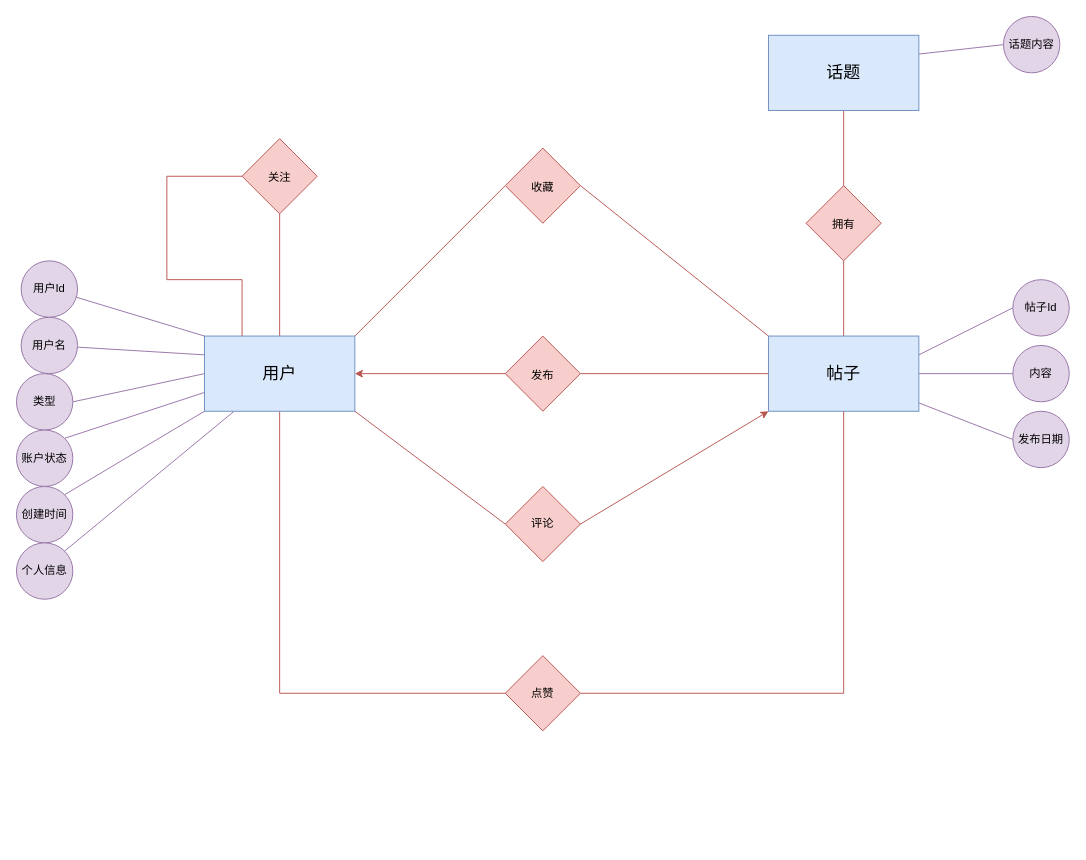
Before: map/minihubER.drawio in msqtt/Sources, a draw.io diagram. Source tidied: cells renumbered, new cells numbered last; positions are measured from the earlier drawing's top-left corner, leaving out a move shared by most shapes. Both pictures are drawn from the tidied source at 94%, with x=0, y=0 at pixel (16, 16).
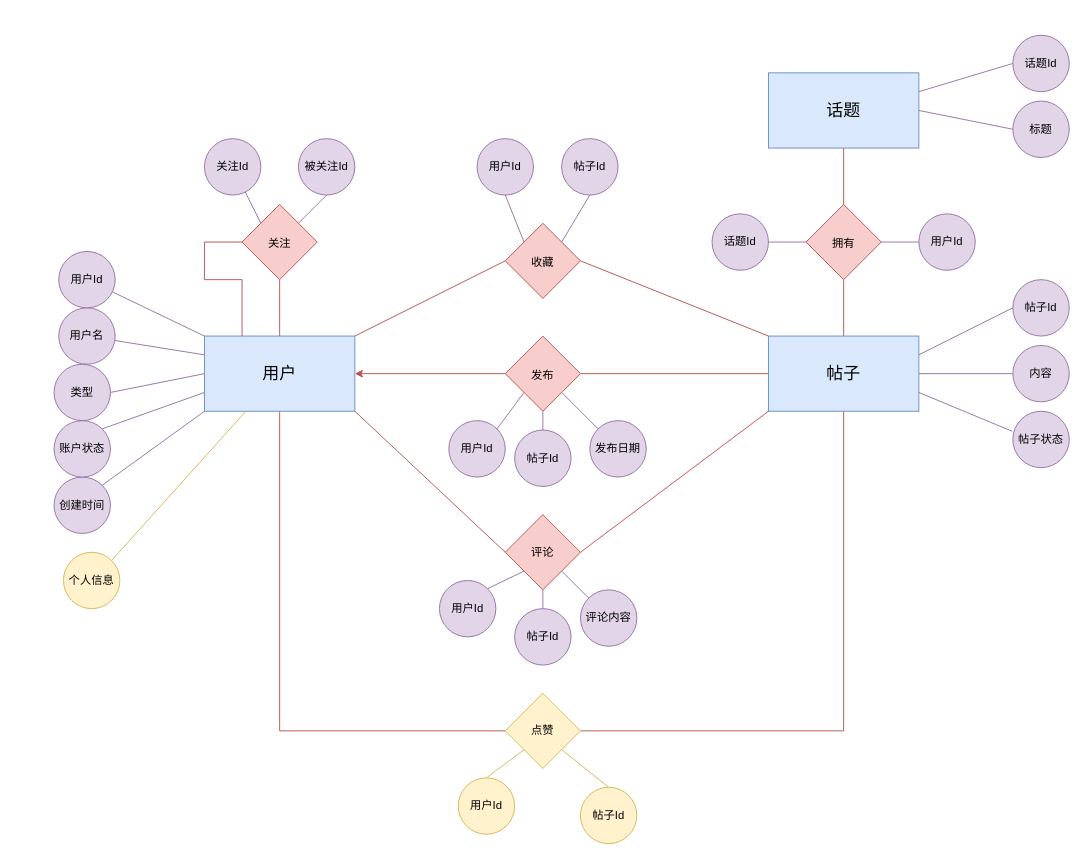
After the change.

Unchanged cells that the change refers to:
```xml
<mxCell id="16" value="&lt;font style=&quot;font-size: 18px;&quot;&gt;用户&lt;/font&gt;" style="rounded=0;whiteSpace=wrap;html=1;strokeColor=#6c8ebf;fillColor=#dae8fc;" parent="1" vertex="1">
  <mxGeometry x="200" y="340" width="160" height="80" as="geometry" />
</mxCell>
<mxCell id="22" value="帖子" style="rounded=0;whiteSpace=wrap;html=1;strokeColor=#6c8ebf;fillColor=#dae8fc;fontSize=18;" parent="1" vertex="1">
  <mxGeometry x="800" y="340" width="160" height="80" as="geometry" />
</mxCell>
<mxCell id="29" value="&lt;font style=&quot;font-size: 12px;&quot;&gt;发布&lt;/font&gt;" style="rhombus;whiteSpace=wrap;html=1;fontSize=18;fillColor=#f8cecc;strokeColor=#b85450;labelBackgroundColor=none;" parent="1" vertex="1">
  <mxGeometry x="520" y="340" width="80" height="80" as="geometry" />
</mxCell>
```

The edit, as a diff of the source:
```diff
@@
-    <mxCell id="15" style="edgeStyle=none;shape=connector;rounded=0;jettySize=auto;html=1;labelBackgroundColor=default;strokeColor=#9673a6;fontFamily=Helvetica;fontSize=11;fontColor=#143642;endArrow=none;endFill=0;fillColor=#e1d5e7;entryX=1;entryY=0;entryDx=0;entryDy=0;" parent="1" edge="1" source="16" target="39">
+    <mxCell id="15" style="edgeStyle=none;shape=connector;rounded=0;jettySize=auto;html=1;labelBackgroundColor=default;strokeColor=#d6b656;fontFamily=Helvetica;fontSize=11;fontColor=#143642;endArrow=none;endFill=0;fillColor=#fff2cc;entryX=1;entryY=0;entryDx=0;entryDy=0;" parent="1" edge="1" source="16" target="39">
       <mxGeometry relative="1" as="geometry" />
     </mxCell>
@@
-    <mxCell id="17" style="edgeStyle=none;shape=connector;rounded=0;jettySize=auto;html=1;exitX=1;exitY=0.25;exitDx=0;exitDy=0;entryX=0;entryY=0.5;entryDx=0;entryDy=0;labelBackgroundColor=default;strokeColor=#9673a6;fontFamily=Helvetica;fontSize=11;fontColor=#143642;endArrow=none;endFill=0;fillColor=#e1d5e7;" parent="1" edge="1" source="18" target="42">
+    <mxCell id="17" style="edgeStyle=none;shape=connector;rounded=0;jettySize=auto;html=1;exitX=1;exitY=0.5;exitDx=0;exitDy=0;entryX=0;entryY=0.5;entryDx=0;entryDy=0;labelBackgroundColor=default;strokeColor=#9673a6;fontFamily=Helvetica;fontSize=11;fontColor=#143642;endArrow=none;endFill=0;fillColor=#e1d5e7;" parent="1" edge="1" source="18" target="42">
       <mxGeometry relative="1" as="geometry" />
     </mxCell>
+    <mxCell id="43" style="edgeStyle=none;shape=connector;rounded=0;jettySize=auto;html=1;exitX=1;exitY=0.25;exitDx=0;exitDy=0;entryX=0;entryY=0.5;entryDx=0;entryDy=0;labelBackgroundColor=default;strokeColor=#9673a6;fontFamily=Helvetica;fontSize=11;fontColor=#143642;endArrow=none;endFill=0;fillColor=#e1d5e7;" parent="1" edge="1" source="18" target="49">
+      <mxGeometry relative="1" as="geometry" />
+    </mxCell>
     <mxCell id="18" value="话题" style="rounded=0;whiteSpace=wrap;html=1;strokeColor=#6c8ebf;fillColor=#dae8fc;fontSize=18;" parent="1" vertex="1">
-      <mxGeometry x="800" y="20" width="160" height="80" as="geometry" />
+      <mxGeometry x="800" y="60" width="160" height="80" as="geometry" />
     </mxCell>
-    <mxCell id="19" style="edgeStyle=none;shape=connector;rounded=0;jettySize=auto;html=1;entryX=0;entryY=0.5;entryDx=0;entryDy=0;labelBackgroundColor=default;strokeColor=#9673a6;fontFamily=Helvetica;fontSize=11;fontColor=#143642;endArrow=none;endFill=0;fillColor=#e1d5e7;" parent="1" edge="1" source="22" target="38">
+    <mxCell id="19" style="edgeStyle=none;shape=connector;rounded=0;jettySize=auto;html=1;entryX=1;entryY=0;entryDx=0;entryDy=0;labelBackgroundColor=default;strokeColor=#9673a6;fontFamily=Helvetica;fontSize=11;fontColor=#143642;endArrow=none;endFill=0;fillColor=#e1d5e7;exitX=0;exitY=1;exitDx=0;exitDy=0;" parent="1" edge="1" source="29" target="38">
       <mxGeometry relative="1" as="geometry" />
     </mxCell>
@@
+    <mxCell id="44" style="edgeStyle=none;shape=connector;rounded=0;jettySize=auto;html=1;exitX=1;exitY=0.75;exitDx=0;exitDy=0;entryX=-0.009;entryY=0.356;entryDx=0;entryDy=0;entryPerimeter=0;labelBackgroundColor=default;strokeColor=#9673a6;fontFamily=Helvetica;fontSize=11;fontColor=#143642;endArrow=none;endFill=0;fillColor=#e1d5e7;" parent="1" edge="1" source="22" target="60">
+      <mxGeometry relative="1" as="geometry" />
+    </mxCell>
@@
-    <mxCell id="23" style="rounded=0;jettySize=auto;html=1;entryX=0;entryY=1;entryDx=0;entryDy=0;strokeColor=#b85450;fontColor=#143642;fillColor=#f8cecc;exitX=1;exitY=0.5;exitDx=0;exitDy=0;strokeWidth=1;" parent="1" edge="1" source="31" target="22">
+    <mxCell id="23" style="rounded=0;jettySize=auto;html=1;entryX=0;entryY=1;entryDx=0;entryDy=0;strokeColor=#b85450;fontColor=#143642;fillColor=#f8cecc;exitX=1;exitY=0.5;exitDx=0;exitDy=0;strokeWidth=1;endArrow=none;endFill=0;" parent="1" edge="1" source="31" target="22">
       <mxGeometry relative="1" as="geometry" />
     </mxCell>
@@
     <mxCell id="26" style="edgeStyle=orthogonalEdgeStyle;rounded=0;jettySize=auto;html=1;entryX=0.25;entryY=0;entryDx=0;entryDy=0;strokeColor=#b85450;fontColor=#143642;fillColor=#f8cecc;exitX=0;exitY=0.5;exitDx=0;exitDy=0;endArrow=none;endFill=0;strokeWidth=1;" parent="1" edge="1" source="34" target="16">
       <mxGeometry relative="1" as="geometry">
         <Array as="points">
-          <mxPoint x="160" y="170" />
-          <mxPoint x="160" y="280" />
+          <mxPoint x="200" y="240" />
+          <mxPoint x="200" y="280" />
           <mxPoint x="240" y="280" />
         </Array>
       </mxGeometry>
     </mxCell>
     <mxCell id="27" value="用户名" style="ellipse;whiteSpace=wrap;html=1;fillColor=#e1d5e7;strokeColor=#9673a6;rounded=0;" parent="1" vertex="1">
-      <mxGeometry x="5" y="320" width="60" height="60" as="geometry" />
+      <mxGeometry x="45" y="310" width="60" height="60" as="geometry" />
     </mxCell>
     <mxCell id="28" value="用户Id" style="ellipse;whiteSpace=wrap;html=1;fillColor=#e1d5e7;strokeColor=#9673a6;rounded=0;" parent="1" vertex="1">
-      <mxGeometry x="5" y="260" width="60" height="60" as="geometry" />
+      <mxGeometry x="45" y="250" width="60" height="60" as="geometry" />
     </mxCell>
@@
     <mxCell id="30" value="&lt;font style=&quot;font-size: 12px;&quot;&gt;拥有&lt;/font&gt;" style="rhombus;whiteSpace=wrap;html=1;fontSize=18;fillColor=#f8cecc;strokeColor=#b85450;labelBackgroundColor=none;" parent="1" vertex="1">
-      <mxGeometry x="840" y="180" width="80" height="80" as="geometry" />
+      <mxGeometry x="840" y="200" width="80" height="80" as="geometry" />
     </mxCell>
     <mxCell id="31" value="评论" style="rhombus;whiteSpace=wrap;html=1;fontSize=12;fillColor=#f8cecc;strokeColor=#b85450;labelBackgroundColor=none;" parent="1" vertex="1">
-      <mxGeometry x="520" y="500" width="80" height="80" as="geometry" />
+      <mxGeometry x="520" y="530" width="80" height="80" as="geometry" />
     </mxCell>
-    <mxCell id="32" value="点赞" style="rhombus;whiteSpace=wrap;html=1;fontSize=12;fillColor=#f8cecc;strokeColor=#b85450;labelBackgroundColor=none;" parent="1" vertex="1">
-      <mxGeometry x="520" y="680" width="80" height="80" as="geometry" />
+    <mxCell id="32" value="点赞" style="rhombus;whiteSpace=wrap;html=1;fontSize=12;fillColor=#fff2cc;strokeColor=#d6b656;labelBackgroundColor=none;" parent="1" vertex="1">
+      <mxGeometry x="520" y="720" width="80" height="80" as="geometry" />
     </mxCell>
+    <mxCell id="45" style="edgeStyle=none;shape=connector;rounded=0;jettySize=auto;html=1;exitX=0;exitY=0;exitDx=0;exitDy=0;entryX=1;entryY=0.5;entryDx=0;entryDy=0;labelBackgroundColor=default;strokeColor=#9673a6;fontFamily=Helvetica;fontSize=11;fontColor=#143642;endArrow=none;endFill=0;fillColor=#e1d5e7;" parent="1" edge="1" source="33" target="52">
+      <mxGeometry relative="1" as="geometry" />
+    </mxCell>
+    <mxCell id="46" style="edgeStyle=none;shape=connector;rounded=0;jettySize=auto;html=1;exitX=1;exitY=0;exitDx=0;exitDy=0;entryX=1;entryY=0.5;entryDx=0;entryDy=0;labelBackgroundColor=default;strokeColor=#9673a6;fontFamily=Helvetica;fontSize=11;fontColor=#143642;endArrow=none;endFill=0;fillColor=#e1d5e7;" parent="1" edge="1" source="33" target="53">
+      <mxGeometry relative="1" as="geometry" />
+    </mxCell>
     <mxCell id="33" value="&lt;font style=&quot;font-size: 12px;&quot;&gt;收藏&lt;/font&gt;" style="rhombus;whiteSpace=wrap;html=1;fontSize=18;fillColor=#f8cecc;strokeColor=#b85450;labelBackgroundColor=none;" parent="1" vertex="1">
-      <mxGeometry x="520" y="140" width="80" height="80" as="geometry" />
+      <mxGeometry x="520" y="220" width="80" height="80" as="geometry" />
     </mxCell>
+    <mxCell id="47" style="edgeStyle=none;shape=connector;rounded=0;jettySize=auto;html=1;exitX=0;exitY=0;exitDx=0;exitDy=0;labelBackgroundColor=default;strokeColor=#9673a6;fontFamily=Helvetica;fontSize=11;fontColor=#143642;endArrow=none;endFill=0;fillColor=#e1d5e7;" parent="1" edge="1" source="34" target="50">
+      <mxGeometry relative="1" as="geometry" />
+    </mxCell>
+    <mxCell id="48" style="edgeStyle=none;shape=connector;rounded=0;jettySize=auto;html=1;exitX=1;exitY=0;exitDx=0;exitDy=0;entryX=1;entryY=0.5;entryDx=0;entryDy=0;labelBackgroundColor=default;strokeColor=#9673a6;fontFamily=Helvetica;fontSize=11;fontColor=#143642;endArrow=none;endFill=0;fillColor=#e1d5e7;" parent="1" edge="1" source="34" target="51">
+      <mxGeometry relative="1" as="geometry" />
+    </mxCell>
     <mxCell id="34" value="&lt;font style=&quot;font-size: 12px;&quot;&gt;关注&lt;/font&gt;" style="rhombus;whiteSpace=wrap;html=1;fontSize=18;fillColor=#f8cecc;strokeColor=#b85450;labelBackgroundColor=none;" parent="1" vertex="1">
-      <mxGeometry x="240" y="130" width="80" height="80" as="geometry" />
+      <mxGeometry x="240" y="200" width="80" height="80" as="geometry" />
     </mxCell>
     <mxCell id="35" value="类型" style="ellipse;whiteSpace=wrap;html=1;fillColor=#e1d5e7;strokeColor=#9673a6;rounded=0;" parent="1" vertex="1">
-      <mxGeometry y="380" width="60" height="60" as="geometry" />
+      <mxGeometry x="40" y="370" width="60" height="60" as="geometry" />
     </mxCell>
     <mxCell id="36" value="创建时间" style="ellipse;whiteSpace=wrap;html=1;fillColor=#e1d5e7;strokeColor=#9673a6;rounded=0;" parent="1" vertex="1">
-      <mxGeometry y="500" width="60" height="60" as="geometry" />
+      <mxGeometry x="40" y="490" width="60" height="60" as="geometry" />
     </mxCell>
     <mxCell id="37" value="账户状态" style="ellipse;whiteSpace=wrap;html=1;fillColor=#e1d5e7;strokeColor=#9673a6;rounded=0;" parent="1" vertex="1">
-      <mxGeometry y="440" width="60" height="60" as="geometry" />
+      <mxGeometry x="40" y="430" width="60" height="60" as="geometry" />
     </mxCell>
-    <mxCell id="38" value="发布日期" style="ellipse;whiteSpace=wrap;html=1;fillColor=#e1d5e7;strokeColor=#9673a6;rounded=0;" parent="1" vertex="1">
-      <mxGeometry x="1060" y="420" width="60" height="60" as="geometry" />
+    <mxCell id="38" value="用户Id" style="ellipse;whiteSpace=wrap;html=1;fillColor=#e1d5e7;strokeColor=#9673a6;rounded=0;" parent="1" vertex="1">
+      <mxGeometry x="460" y="430" width="60" height="60" as="geometry" />
     </mxCell>
-    <mxCell id="39" value="个人信息" style="ellipse;whiteSpace=wrap;html=1;fillColor=#e1d5e7;strokeColor=#9673a6;rounded=0;" parent="1" vertex="1">
-      <mxGeometry y="560" width="60" height="60" as="geometry" />
+    <mxCell id="39" value="个人信息" style="ellipse;whiteSpace=wrap;html=1;fillColor=#fff2cc;strokeColor=#d6b656;rounded=0;" parent="1" vertex="1">
+      <mxGeometry x="50" y="570" width="60" height="60" as="geometry" />
     </mxCell>
@@
-    <mxCell id="42" value="&lt;div&gt;话题内容&lt;/div&gt;" style="ellipse;whiteSpace=wrap;html=1;fillColor=#e1d5e7;strokeColor=#9673a6;rounded=0;" parent="1" vertex="1">
-      <mxGeometry x="1050" width="60" height="60" as="geometry" />
+    <mxCell id="42" value="&lt;div&gt;标题&lt;br&gt;&lt;/div&gt;" style="ellipse;whiteSpace=wrap;html=1;fillColor=#e1d5e7;strokeColor=#9673a6;rounded=0;" parent="1" vertex="1">
+      <mxGeometry x="1060" y="90" width="60" height="60" as="geometry" />
     </mxCell>
+    <mxCell id="49" value="&lt;div&gt;话题Id&lt;/div&gt;" style="ellipse;whiteSpace=wrap;html=1;fillColor=#e1d5e7;strokeColor=#9673a6;rounded=0;" parent="1" vertex="1">
+      <mxGeometry x="1060" y="20" width="60" height="60" as="geometry" />
+    </mxCell>
+    <mxCell id="50" value="关注Id" style="ellipse;whiteSpace=wrap;html=1;fillColor=#e1d5e7;strokeColor=#9673a6;rounded=0;" parent="1" vertex="1">
+      <mxGeometry x="200" y="130" width="60" height="60" as="geometry" />
+    </mxCell>
+    <mxCell id="51" value="被关注Id" style="ellipse;whiteSpace=wrap;html=1;fillColor=#e1d5e7;strokeColor=#9673a6;rounded=0;direction=south;" parent="1" vertex="1">
+      <mxGeometry x="300" y="130" width="60" height="60" as="geometry" />
+    </mxCell>
+    <mxCell id="52" value="用户Id" style="ellipse;whiteSpace=wrap;html=1;fillColor=#e1d5e7;strokeColor=#9673a6;rounded=0;direction=south;" parent="1" vertex="1">
+      <mxGeometry x="490" y="130" width="60" height="60" as="geometry" />
+    </mxCell>
+    <mxCell id="53" value="帖子Id" style="ellipse;whiteSpace=wrap;html=1;fillColor=#e1d5e7;strokeColor=#9673a6;rounded=0;direction=south;" parent="1" vertex="1">
+      <mxGeometry x="580" y="130" width="60" height="60" as="geometry" />
+    </mxCell>
+    <mxCell id="54" style="edgeStyle=none;shape=connector;rounded=0;jettySize=auto;html=1;exitX=1;exitY=0;exitDx=0;exitDy=0;entryX=0;entryY=1;entryDx=0;entryDy=0;labelBackgroundColor=default;strokeColor=#9673a6;fontFamily=Helvetica;fontSize=11;fontColor=#143642;endArrow=none;endFill=0;fillColor=#e1d5e7;" parent="1" edge="1" source="55" target="31">
+      <mxGeometry relative="1" as="geometry" />
+    </mxCell>
+    <mxCell id="55" value="用户Id" style="ellipse;whiteSpace=wrap;html=1;fillColor=#e1d5e7;strokeColor=#9673a6;rounded=0;" parent="1" vertex="1">
+      <mxGeometry x="450" y="600" width="60" height="60" as="geometry" />
+    </mxCell>
+    <mxCell id="56" style="edgeStyle=none;shape=connector;rounded=0;jettySize=auto;html=1;labelBackgroundColor=default;strokeColor=#9673a6;fontFamily=Helvetica;fontSize=11;fontColor=#143642;endArrow=none;endFill=0;fillColor=#e1d5e7;exitX=1;exitY=1;exitDx=0;exitDy=0;" parent="1" edge="1" source="31" target="59">
+      <mxGeometry relative="1" as="geometry" />
+    </mxCell>
+    <mxCell id="57" style="edgeStyle=none;shape=connector;rounded=0;jettySize=auto;html=1;exitX=0.5;exitY=0;exitDx=0;exitDy=0;entryX=0.5;entryY=1;entryDx=0;entryDy=0;labelBackgroundColor=default;strokeColor=#9673a6;fontFamily=Helvetica;fontSize=11;fontColor=#143642;endArrow=none;endFill=0;fillColor=#e1d5e7;" parent="1" edge="1" source="58" target="31">
+      <mxGeometry relative="1" as="geometry" />
+    </mxCell>
+    <mxCell id="58" value="帖子Id" style="ellipse;whiteSpace=wrap;html=1;fillColor=#e1d5e7;strokeColor=#9673a6;rounded=0;" parent="1" vertex="1">
+      <mxGeometry x="530" y="630" width="60" height="60" as="geometry" />
+    </mxCell>
+    <mxCell id="59" value="评论内容" style="ellipse;whiteSpace=wrap;html=1;fillColor=#e1d5e7;strokeColor=#9673a6;rounded=0;" parent="1" vertex="1">
+      <mxGeometry x="600" y="610" width="60" height="60" as="geometry" />
+    </mxCell>
+    <mxCell id="60" value="帖子状态" style="ellipse;whiteSpace=wrap;html=1;fillColor=#e1d5e7;strokeColor=#9673a6;rounded=0;" parent="1" vertex="1">
+      <mxGeometry x="1060" y="420" width="60" height="60" as="geometry" />
+    </mxCell>
+    <mxCell id="61" style="edgeStyle=none;shape=connector;rounded=0;jettySize=auto;html=1;exitX=0.5;exitY=0;exitDx=0;exitDy=0;entryX=0.5;entryY=1;entryDx=0;entryDy=0;labelBackgroundColor=default;strokeColor=#9673a6;fontFamily=Helvetica;fontSize=11;fontColor=#143642;endArrow=none;endFill=0;fillColor=#e1d5e7;" parent="1" edge="1" source="62" target="29">
+      <mxGeometry relative="1" as="geometry" />
+    </mxCell>
+    <mxCell id="62" value="帖子Id" style="ellipse;whiteSpace=wrap;html=1;fillColor=#e1d5e7;strokeColor=#9673a6;rounded=0;" parent="1" vertex="1">
+      <mxGeometry x="530" y="440" width="60" height="60" as="geometry" />
+    </mxCell>
+    <mxCell id="63" style="edgeStyle=none;shape=connector;rounded=0;jettySize=auto;html=1;exitX=0;exitY=0;exitDx=0;exitDy=0;entryX=1;entryY=1;entryDx=0;entryDy=0;labelBackgroundColor=default;strokeColor=#9673a6;fontFamily=Helvetica;fontSize=11;fontColor=#143642;endArrow=none;endFill=0;fillColor=#e1d5e7;" parent="1" edge="1" source="64" target="29">
+      <mxGeometry relative="1" as="geometry" />
+    </mxCell>
+    <mxCell id="64" value="发布日期" style="ellipse;whiteSpace=wrap;html=1;fillColor=#e1d5e7;strokeColor=#9673a6;rounded=0;" parent="1" vertex="1">
+      <mxGeometry x="610" y="430" width="60" height="60" as="geometry" />
+    </mxCell>
+    <mxCell id="65" style="edgeStyle=none;shape=connector;rounded=0;jettySize=auto;html=1;exitX=0;exitY=0.5;exitDx=0;exitDy=0;entryX=1;entryY=1;entryDx=0;entryDy=0;labelBackgroundColor=default;strokeColor=#d6b656;fontFamily=Helvetica;fontSize=11;fontColor=#143642;endArrow=none;endFill=0;fillColor=#fff2cc;" parent="1" edge="1" source="66" target="32">
+      <mxGeometry relative="1" as="geometry" />
+    </mxCell>
+    <mxCell id="66" value="帖子Id" style="ellipse;whiteSpace=wrap;html=1;fillColor=#fff2cc;strokeColor=#d6b656;rounded=0;direction=south;" parent="1" vertex="1">
+      <mxGeometry x="600" y="820" width="60" height="60" as="geometry" />
+    </mxCell>
+    <mxCell id="67" style="edgeStyle=none;shape=connector;rounded=0;jettySize=auto;html=1;exitX=0;exitY=0.5;exitDx=0;exitDy=0;entryX=0;entryY=1;entryDx=0;entryDy=0;labelBackgroundColor=default;strokeColor=#d6b656;fontFamily=Helvetica;fontSize=11;fontColor=#143642;endArrow=none;endFill=0;fillColor=#fff2cc;" parent="1" edge="1" source="68" target="32">
+      <mxGeometry relative="1" as="geometry" />
+    </mxCell>
+    <mxCell id="68" value="用户Id" style="ellipse;whiteSpace=wrap;html=1;fillColor=#fff2cc;strokeColor=#d6b656;rounded=0;direction=south;" parent="1" vertex="1">
+      <mxGeometry x="470" y="810" width="60" height="60" as="geometry" />
+    </mxCell>
+    <mxCell id="69" style="edgeStyle=none;shape=connector;rounded=0;jettySize=auto;html=1;exitX=1;exitY=0.5;exitDx=0;exitDy=0;entryX=0;entryY=0.5;entryDx=0;entryDy=0;labelBackgroundColor=default;strokeColor=#9673a6;fontFamily=Helvetica;fontSize=11;fontColor=#143642;endArrow=none;endFill=0;fillColor=#e1d5e7;" parent="1" edge="1" source="70" target="30">
+      <mxGeometry relative="1" as="geometry" />
+    </mxCell>
+    <mxCell id="70" value="&lt;div&gt;话题Id&lt;/div&gt;" style="ellipse;whiteSpace=wrap;html=1;fillColor=#e1d5e7;strokeColor=#9673a6;rounded=0;" parent="1" vertex="1">
+      <mxGeometry x="740" y="210" width="60" height="60" as="geometry" />
+    </mxCell>
+    <mxCell id="71" style="edgeStyle=none;shape=connector;rounded=0;jettySize=auto;html=1;exitX=0;exitY=0.5;exitDx=0;exitDy=0;entryX=1;entryY=0.5;entryDx=0;entryDy=0;labelBackgroundColor=default;strokeColor=#9673a6;fontFamily=Helvetica;fontSize=11;fontColor=#143642;endArrow=none;endFill=0;fillColor=#e1d5e7;" parent="1" edge="1" source="72" target="30">
+      <mxGeometry relative="1" as="geometry" />
+    </mxCell>
+    <mxCell id="72" value="&lt;div&gt;用户Id&lt;/div&gt;" style="ellipse;whiteSpace=wrap;html=1;fillColor=#e1d5e7;strokeColor=#9673a6;rounded=0;" parent="1" vertex="1">
+      <mxGeometry x="960" y="210" width="60" height="60" as="geometry" />
+    </mxCell>
```
